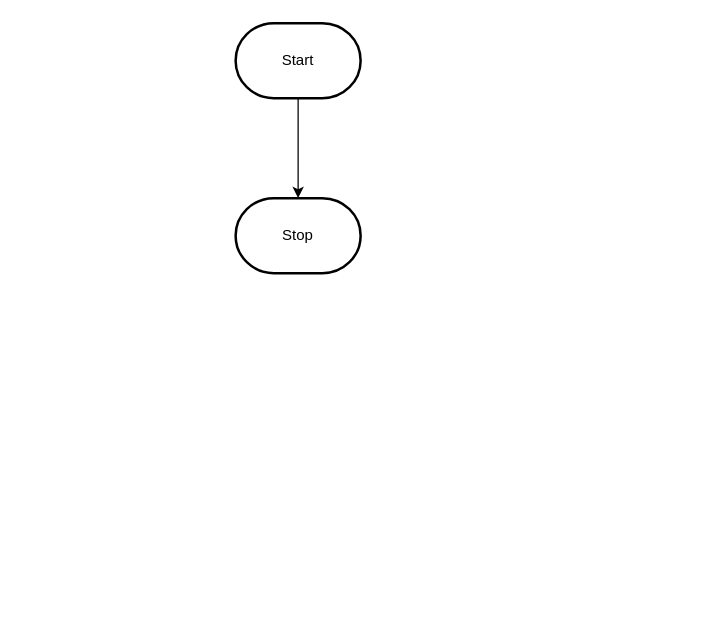
Above: design/flowchart.drawio in MTHS-ICD2O-1-2023/ICD2O-Assignment-05-dang-2nguyen (draw.io), before the change. Source tidied: cells renumbered, new cells numbered last; positions are measured from the earlier drawing's top-left corner, leaving out a move shared by most shapes. Both pictures are drawn from the tidied source at 125%, with x=0, y=0 at pixel (235, 22).
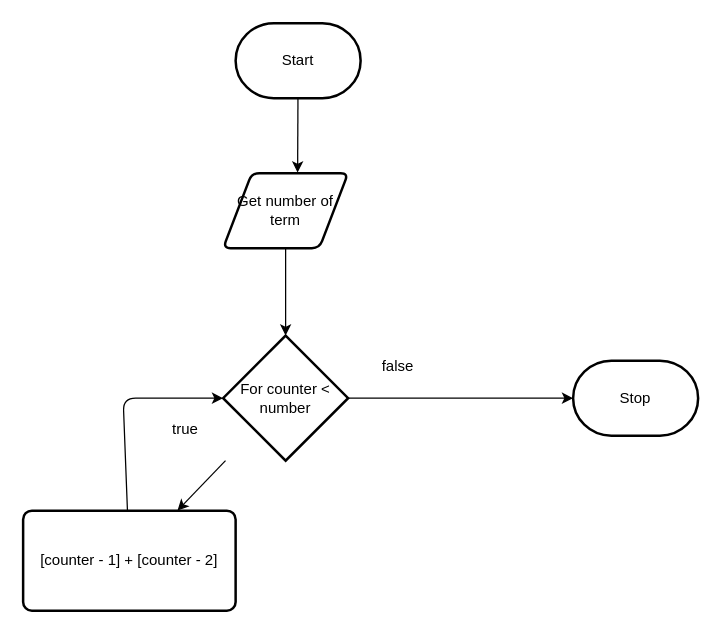
Above is the later version.

Change to the diagram source:
```diff
@@
 <mxGraphModel>
   <root>
     <mxCell id="0" />
     <mxCell id="1" parent="0" />
-    <mxCell id="2" style="edgeStyle=orthogonalEdgeStyle;html=1;rounded=0;" parent="1" edge="1" source="3" target="4">
-      <mxGeometry relative="1" as="geometry" />
-    </mxCell>
+    <mxCell id="5" style="edgeStyle=none;html=1;entryX=0.596;entryY=-0.007;entryDx=0;entryDy=0;entryPerimeter=0;" parent="1" edge="1" source="3" target="2">
+      <mxGeometry relative="1" as="geometry" />
+    </mxCell>
     <mxCell id="3" value="Start" style="strokeWidth=2;html=1;shape=mxgraph.flowchart.terminator;whiteSpace=wrap;" parent="1" vertex="1">
       <mxGeometry width="100" height="60" as="geometry" />
     </mxCell>
     <mxCell id="4" value="Stop" style="strokeWidth=2;html=1;shape=mxgraph.flowchart.terminator;whiteSpace=wrap;" parent="1" vertex="1">
-      <mxGeometry y="140" width="100" height="60" as="geometry" />
+      <mxGeometry x="270" y="270" width="100" height="60" as="geometry" />
     </mxCell>
+    <mxCell id="6" style="edgeStyle=none;html=1;" parent="1" edge="1" source="2" target="9">
+      <mxGeometry relative="1" as="geometry" />
+    </mxCell>
+    <mxCell id="2" value="Get number of term" style="shape=parallelogram;html=1;strokeWidth=2;perimeter=parallelogramPerimeter;whiteSpace=wrap;rounded=1;arcSize=12;size=0.23;" parent="1" vertex="1">
+      <mxGeometry x="-10" y="120" width="100" height="60" as="geometry" />
+    </mxCell>
+    <mxCell id="7" style="edgeStyle=none;html=1;entryX=0;entryY=0.5;entryDx=0;entryDy=0;entryPerimeter=0;" parent="1" edge="1" source="9" target="4">
+      <mxGeometry relative="1" as="geometry" />
+    </mxCell>
+    <mxCell id="8" style="edgeStyle=none;html=1;" parent="1" edge="1" source="9" target="13">
+      <mxGeometry relative="1" as="geometry" />
+    </mxCell>
+    <mxCell id="9" value="For counter &amp;lt; number" style="strokeWidth=2;html=1;shape=mxgraph.flowchart.decision;whiteSpace=wrap;" parent="1" vertex="1">
+      <mxGeometry x="-10" y="250" width="100" height="100" as="geometry" />
+    </mxCell>
+    <mxCell id="10" value="true" style="text;html=1;strokeColor=none;fillColor=none;align=center;verticalAlign=middle;whiteSpace=wrap;rounded=0;" parent="1" vertex="1">
+      <mxGeometry x="-70" y="310" width="60" height="30" as="geometry" />
+    </mxCell>
+    <mxCell id="11" value="false" style="text;html=1;strokeColor=none;fillColor=none;align=center;verticalAlign=middle;whiteSpace=wrap;rounded=0;" parent="1" vertex="1">
+      <mxGeometry x="100" y="260" width="60" height="30" as="geometry" />
+    </mxCell>
+    <mxCell id="12" style="edgeStyle=none;html=1;entryX=0;entryY=0.5;entryDx=0;entryDy=0;entryPerimeter=0;" parent="1" edge="1" source="13" target="9">
+      <mxGeometry relative="1" as="geometry">
+        <Array as="points">
+          <mxPoint x="-90" y="300" />
+        </Array>
+      </mxGeometry>
+    </mxCell>
+    <mxCell id="13" value="[counter - 1] + [counter - 2]" style="rounded=1;whiteSpace=wrap;html=1;absoluteArcSize=1;arcSize=14;strokeWidth=2;" parent="1" vertex="1">
+      <mxGeometry x="-170" y="390" width="170" height="80" as="geometry" />
+    </mxCell>
   </root>
 </mxGraphModel>
```
